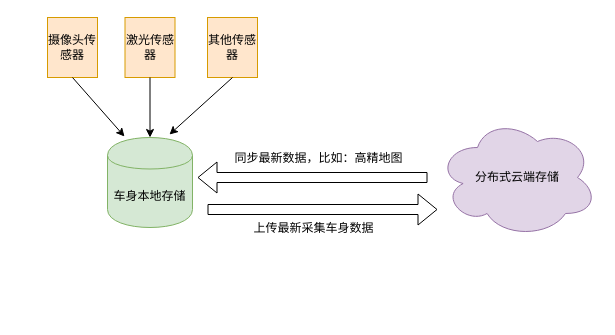
sunbingfeng/draw_sketches keeps this draw.io diagram as page "Page-1" (1 of 2) of av_storage_design.drawio. Above is the earlier version. Source tidied: cells renumbered, new cells numbered last; positions are measured from the earlier drawing's top-left corner, leaving out a move shared by most shapes. Both pictures are drawn from the tidied source at 100%, with x=0, y=0 at pixel (47, 17).
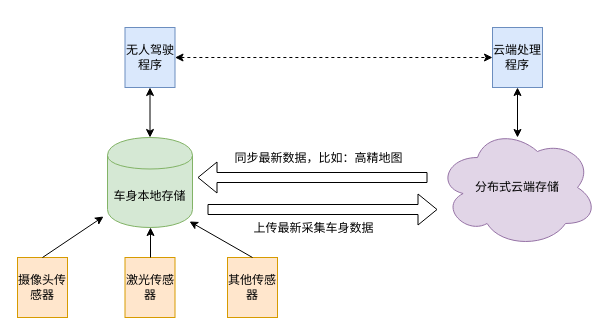
The same page after the edit.

Unchanged cells that the change refers to:
```xml
<mxCell id="2" value="车身本地存储" style="shape=cylinder;whiteSpace=wrap;html=1;boundedLbl=1;backgroundOutline=1;fillColor=#d5e8d4;strokeColor=#82b366;" parent="1" vertex="1">
  <mxGeometry x="60" y="120" width="85" height="90" as="geometry" />
</mxCell>
```

Diff of the diagram source:
```diff
@@
     <mxCell id="3" value="摄像头传感器" style="rounded=0;whiteSpace=wrap;html=1;fillColor=#ffe6cc;strokeColor=#d79b00;" parent="1" vertex="1">
-      <mxGeometry width="50" height="60" as="geometry" />
+      <mxGeometry x="-30" y="240" width="50" height="60" as="geometry" />
     </mxCell>
     <mxCell id="4" value="激光传感器" style="rounded=0;whiteSpace=wrap;html=1;fillColor=#ffe6cc;strokeColor=#d79b00;" parent="1" vertex="1">
-      <mxGeometry x="77.5" width="50" height="60" as="geometry" />
+      <mxGeometry x="77.5" y="240" width="50" height="60" as="geometry" />
     </mxCell>
     <mxCell id="5" value="其他传感器" style="rounded=0;whiteSpace=wrap;html=1;fillColor=#ffe6cc;strokeColor=#d79b00;" parent="1" vertex="1">
-      <mxGeometry x="160" width="50" height="60" as="geometry" />
+      <mxGeometry x="180" y="240" width="50" height="60" as="geometry" />
     </mxCell>
-    <mxCell id="6" style="endArrow=classic;html=1;entryX=0.2;entryY=-0.011;entryDx=0;entryDy=0;entryPerimeter=0;exitX=0.5;exitY=1;exitDx=0;exitDy=0;" parent="1" edge="1" source="3" target="2">
+    <mxCell id="6" style="endArrow=classic;html=1;entryX=-0.047;entryY=0.878;entryDx=0;entryDy=0;entryPerimeter=0;exitX=0.5;exitY=0;exitDx=0;exitDy=0;" parent="1" edge="1" source="3" target="2">
       <mxGeometry relative="1" as="geometry" />
     </mxCell>
-    <mxCell id="7" style="endArrow=classic;html=1;entryX=0.5;entryY=0;entryDx=0;entryDy=0;exitX=0.5;exitY=1;exitDx=0;exitDy=0;" parent="1" edge="1" source="4" target="2">
-      <mxGeometry relative="1" as="geometry" />
+    <mxCell id="7" style="endArrow=classic;html=1;" parent="1" edge="1">
+      <mxGeometry relative="1" as="geometry">
+        <mxPoint x="103" y="240" as="sourcePoint" />
+        <mxPoint x="103" y="210" as="targetPoint" />
+      </mxGeometry>
     </mxCell>
-    <mxCell id="8" style="endArrow=classic;html=1;entryX=0.729;entryY=-0.033;entryDx=0;entryDy=0;exitX=0.5;exitY=1;exitDx=0;exitDy=0;entryPerimeter=0;" parent="1" edge="1" source="5" target="2">
+    <mxCell id="8" style="endArrow=classic;html=1;entryX=0.965;entryY=0.933;entryDx=0;entryDy=0;exitX=0.5;exitY=0;exitDx=0;exitDy=0;entryPerimeter=0;" parent="1" edge="1" source="5" target="2">
       <mxGeometry relative="1" as="geometry" />
     </mxCell>
     <mxCell id="9" value="分布式云端存储" style="ellipse;shape=cloud;whiteSpace=wrap;html=1;fillColor=#e1d5e7;strokeColor=#9673a6;" parent="1" vertex="1">
-      <mxGeometry x="390" y="100" width="160" height="120" as="geometry" />
+      <mxGeometry x="390" y="110" width="160" height="120" as="geometry" />
     </mxCell>
@@
+    <mxCell id="14" value="无人驾驶程序" style="rounded=0;whiteSpace=wrap;html=1;fillColor=#dae8fc;strokeColor=#6c8ebf;" parent="1" vertex="1">
+      <mxGeometry x="77.5" y="10" width="50" height="60" as="geometry" />
+    </mxCell>
+    <mxCell id="15" style="endArrow=classic;startArrow=classic;html=1;entryX=0.5;entryY=1;entryDx=0;entryDy=0;exitX=0.5;exitY=0;exitDx=0;exitDy=0;" parent="1" edge="1" source="2" target="14">
+      <mxGeometry relative="1" as="geometry" />
+    </mxCell>
+    <mxCell id="16" value="云端处理程序" style="rounded=0;whiteSpace=wrap;html=1;fillColor=#dae8fc;strokeColor=#6c8ebf;" parent="1" vertex="1">
+      <mxGeometry x="445" y="10" width="50" height="60" as="geometry" />
+    </mxCell>
+    <mxCell id="17" style="endArrow=classic;startArrow=classic;html=1;exitX=1;exitY=0.5;exitDx=0;exitDy=0;entryX=0;entryY=0.5;entryDx=0;entryDy=0;dashed=1;" parent="1" edge="1" source="14" target="16">
+      <mxGeometry relative="1" as="geometry" />
+    </mxCell>
+    <mxCell id="18" style="endArrow=classic;startArrow=classic;html=1;entryX=0.5;entryY=1;entryDx=0;entryDy=0;exitX=0.5;exitY=0;exitDx=0;exitDy=0;" parent="1" edge="1">
+      <mxGeometry relative="1" as="geometry">
+        <mxPoint x="470" y="120" as="sourcePoint" />
+        <mxPoint x="470" y="70" as="targetPoint" />
+      </mxGeometry>
+    </mxCell>
```
